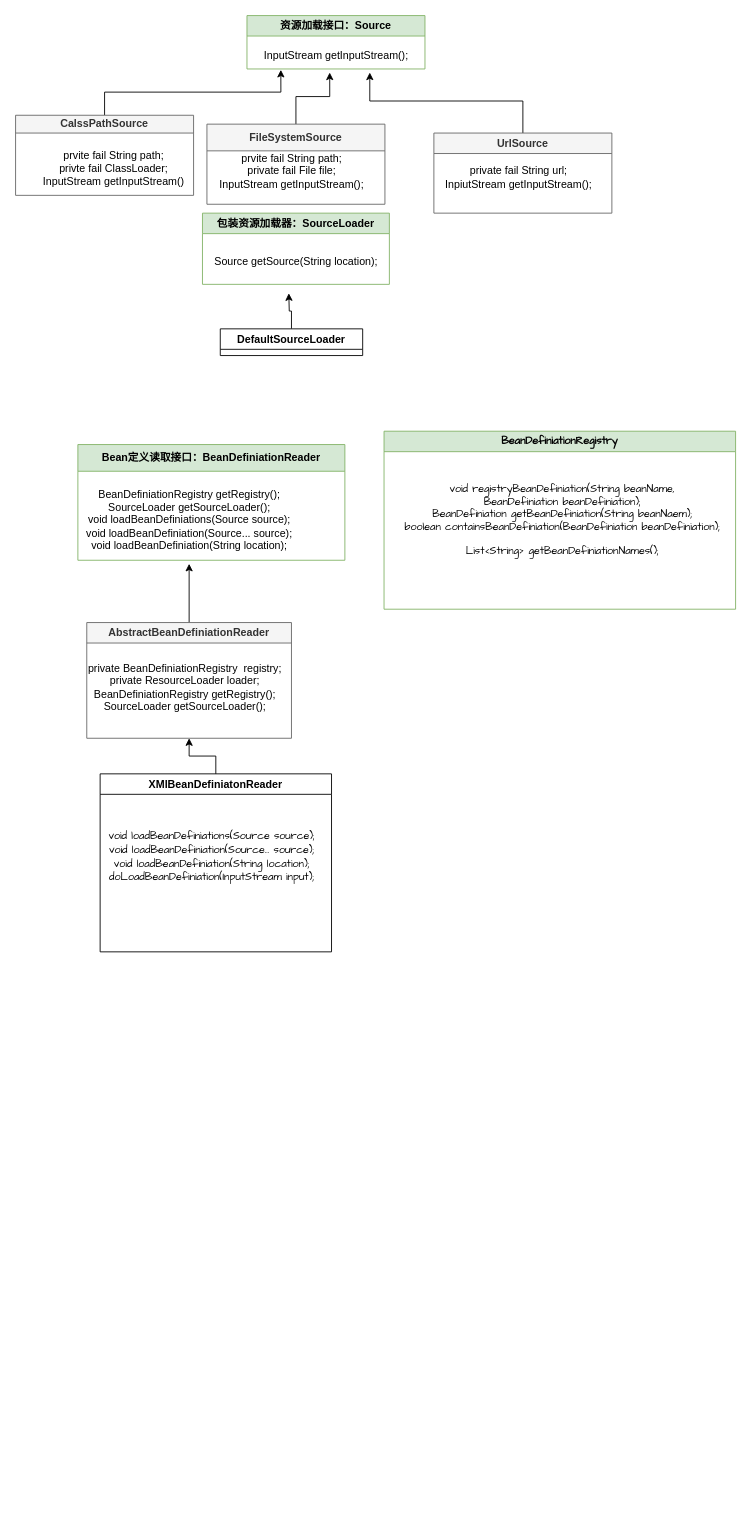
RemainderTime/spring-drawio keeps this draw.io diagram as 3-资源加载器解析文件对象.drawio. Above is the earlier version. Source tidied: cells renumbered, new cells numbered last; positions are measured from the earlier drawing's top-left corner, leaving out a move shared by most shapes. Both pictures are drawn from the tidied source at 89%, with x=0, y=0 at pixel (15, 15).
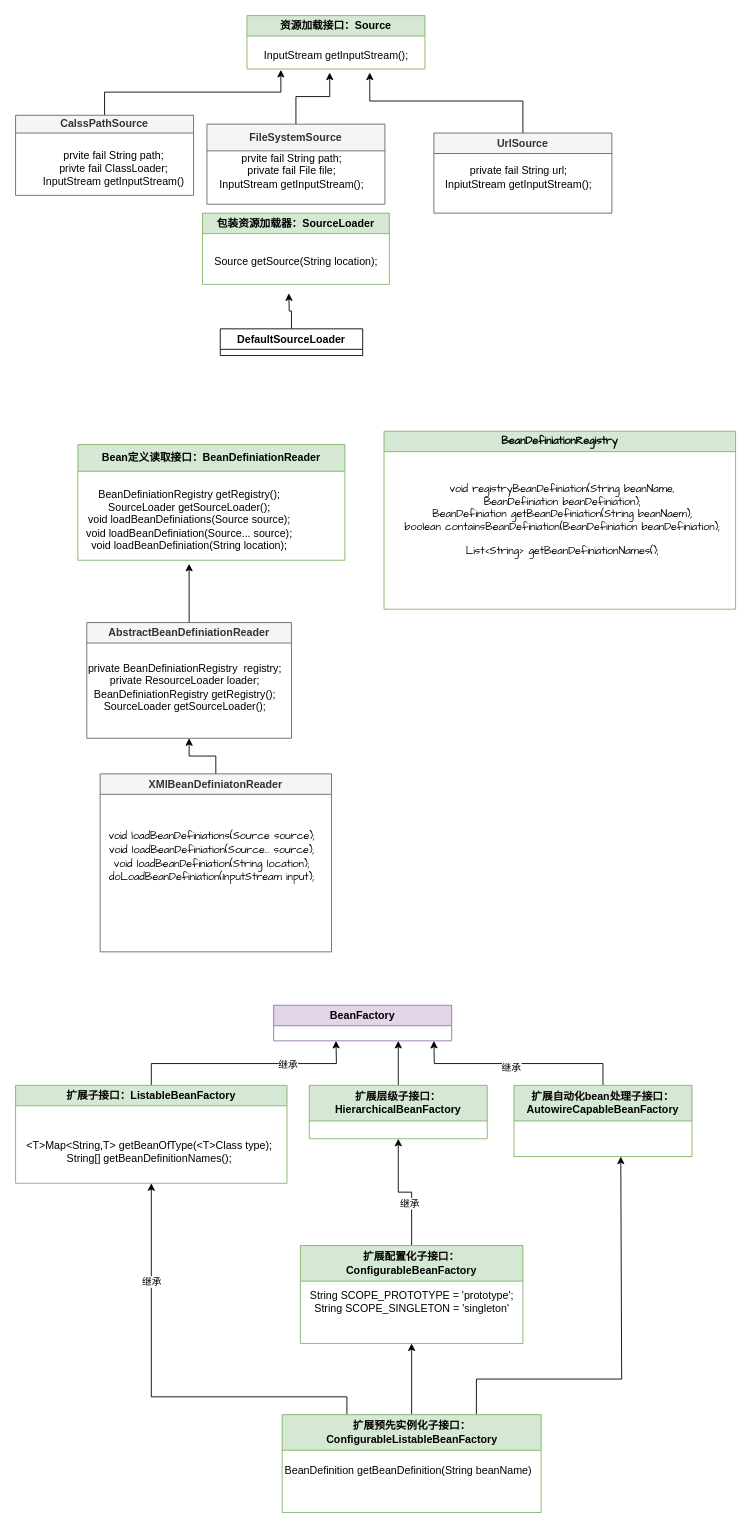
The same page after the edit.

Commit message:
3-资源加载器解析文件对象.drawio

What changed in the source:
```diff
@@
-    <mxCell id="25" value="XMlBeanDefiniatonReader" style="swimlane;whiteSpace=wrap;html=1;fontFamily=Helvetica;fontSize=12;fontColor=default;fillColor=none;gradientColor=none;" parent="1" vertex="1">
+    <mxCell id="25" value="XMlBeanDefiniatonReader" style="swimlane;whiteSpace=wrap;html=1;fontFamily=Helvetica;fontSize=12;fontColor=#333333;fillColor=#f5f5f5;strokeColor=#666666;" parent="1" vertex="1">
       <mxGeometry x="95" y="852" width="260" height="200" as="geometry" />
     </mxCell>
@@
+    <mxCell id="27" value="BeanFactory" style="swimlane;whiteSpace=wrap;html=1;fillColor=#e1d5e7;strokeColor=#9673a6;" parent="1" vertex="1">
+      <mxGeometry x="290" y="1112" width="200" height="40" as="geometry" />
+    </mxCell>
+    <mxCell id="28" style="edgeStyle=orthogonalEdgeStyle;rounded=0;jettySize=auto;html=1;exitX=0.5;exitY=0;exitDx=0;exitDy=0;" parent="1" edge="1" source="30">
+      <mxGeometry relative="1" as="geometry">
+        <mxPoint x="360" y="1152" as="targetPoint" />
+      </mxGeometry>
+    </mxCell>
+    <mxCell id="29" value="继承" style="edgeLabel;html=1;align=center;verticalAlign=middle;" parent="28" vertex="1">
+      <mxGeometry x="0.37" relative="1" as="geometry">
+        <mxPoint y="1" as="offset" />
+      </mxGeometry>
+    </mxCell>
+    <mxCell id="30" value="扩展子接口：ListableBeanFactory" style="swimlane;whiteSpace=wrap;html=1;fillColor=#d5e8d4;strokeColor=#82b366;" parent="1" vertex="1">
+      <mxGeometry y="1202" width="305" height="110" as="geometry" />
+    </mxCell>
+    <mxCell id="31" value="&amp;lt;T&amp;gt;Map&amp;lt;String,T&amp;gt; getBeanOfType(&amp;lt;T&amp;gt;Class type);&lt;br&gt;String[] getBeanDefinitionNames();" style="text;html=1;align=center;verticalAlign=middle;strokeColor=none;fillColor=none;" parent="30" vertex="1">
+      <mxGeometry y="55" width="300" height="40" as="geometry" />
+    </mxCell>
+    <mxCell id="32" style="edgeStyle=orthogonalEdgeStyle;rounded=0;jettySize=auto;html=1;exitX=0.5;exitY=0;exitDx=0;exitDy=0;" parent="1" edge="1" source="33">
+      <mxGeometry relative="1" as="geometry">
+        <mxPoint x="430" y="1152" as="targetPoint" />
+      </mxGeometry>
+    </mxCell>
+    <mxCell id="33" value="扩展层级子接口：HierarchicalBeanFactory" style="swimlane;whiteSpace=wrap;html=1;startSize=40;fillColor=#d5e8d4;strokeColor=#82b366;" parent="1" vertex="1">
+      <mxGeometry x="330" y="1202" width="200" height="60" as="geometry" />
+    </mxCell>
+    <mxCell id="34" style="edgeStyle=orthogonalEdgeStyle;rounded=0;jettySize=auto;html=1;exitX=0.5;exitY=0;exitDx=0;exitDy=0;" parent="1" edge="1" source="36">
+      <mxGeometry relative="1" as="geometry">
+        <mxPoint x="470" y="1152" as="targetPoint" />
+      </mxGeometry>
+    </mxCell>
+    <mxCell id="35" value="继承" style="edgeLabel;html=1;align=center;verticalAlign=middle;" parent="34" vertex="1">
+      <mxGeometry x="0.07" y="4" relative="1" as="geometry" />
+    </mxCell>
+    <mxCell id="36" value="扩展自动化bean处理子接口：&lt;br&gt;AutowireCapableBeanFactory" style="swimlane;whiteSpace=wrap;html=1;startSize=40;fillColor=#d5e8d4;strokeColor=#82b366;" parent="1" vertex="1">
+      <mxGeometry x="560" y="1202" width="200" height="80" as="geometry" />
+    </mxCell>
+    <mxCell id="37" style="edgeStyle=orthogonalEdgeStyle;rounded=0;jettySize=auto;html=1;exitX=0.5;exitY=0;exitDx=0;exitDy=0;entryX=0.5;entryY=1;entryDx=0;entryDy=0;" parent="1" edge="1" source="39" target="33">
+      <mxGeometry relative="1" as="geometry" />
+    </mxCell>
+    <mxCell id="38" value="继承" style="edgeLabel;html=1;align=center;verticalAlign=middle;" parent="37" vertex="1">
+      <mxGeometry x="-0.29" y="3" relative="1" as="geometry" />
+    </mxCell>
+    <mxCell id="39" value="扩展配置化子接口：&lt;br&gt;ConfigurableBeanFactory" style="swimlane;whiteSpace=wrap;html=1;fillColor=#d5e8d4;strokeColor=#82b366;startSize=40;" parent="1" vertex="1">
+      <mxGeometry x="320" y="1382" width="250" height="110" as="geometry" />
+    </mxCell>
+    <mxCell id="40" value="String SCOPE_PROTOTYPE = 'prototype';&lt;br&gt;String SCOPE_SINGLETON = 'singleton'" style="text;html=1;align=center;verticalAlign=middle;strokeColor=none;fillColor=none;" parent="39" vertex="1">
+      <mxGeometry y="43" width="250" height="40" as="geometry" />
+    </mxCell>
+    <mxCell id="41" style="edgeStyle=orthogonalEdgeStyle;rounded=0;jettySize=auto;html=1;exitX=0.25;exitY=0;exitDx=0;exitDy=0;entryX=0.5;entryY=1;entryDx=0;entryDy=0;" parent="1" edge="1" source="45" target="30">
+      <mxGeometry relative="1" as="geometry">
+        <Array as="points">
+          <mxPoint x="153" y="1552" />
+        </Array>
+      </mxGeometry>
+    </mxCell>
+    <mxCell id="42" value="继承" style="edgeLabel;html=1;align=center;verticalAlign=middle;" parent="41" vertex="1">
+      <mxGeometry x="0.54" y="1" relative="1" as="geometry">
+        <mxPoint x="1" as="offset" />
+      </mxGeometry>
+    </mxCell>
+    <mxCell id="43" style="edgeStyle=orthogonalEdgeStyle;rounded=0;jettySize=auto;html=1;exitX=0.5;exitY=0;exitDx=0;exitDy=0;entryX=0.5;entryY=1;entryDx=0;entryDy=0;" parent="1" edge="1" source="45" target="39">
+      <mxGeometry relative="1" as="geometry" />
+    </mxCell>
+    <mxCell id="44" style="edgeStyle=orthogonalEdgeStyle;rounded=0;jettySize=auto;html=1;exitX=0.75;exitY=0;exitDx=0;exitDy=0;" parent="1" edge="1" source="45">
+      <mxGeometry relative="1" as="geometry">
+        <mxPoint x="680" y="1282" as="targetPoint" />
+        <Array as="points">
+          <mxPoint x="518" y="1532" />
+          <mxPoint x="681" y="1532" />
+        </Array>
+      </mxGeometry>
+    </mxCell>
+    <mxCell id="45" value="扩展预先实例化子接口：&lt;br&gt;ConfigurableListableBeanFactory" style="swimlane;whiteSpace=wrap;html=1;startSize=40;fillColor=#d5e8d4;strokeColor=#82b366;" parent="1" vertex="1">
+      <mxGeometry x="299.5" y="1572" width="291" height="110" as="geometry" />
+    </mxCell>
+    <mxCell id="46" value="BeanDefinition getBeanDefinition(String beanName)" style="text;html=1;align=center;verticalAlign=middle;strokeColor=none;fillColor=none;" parent="45" vertex="1">
+      <mxGeometry x="-9" y="48" width="300" height="30" as="geometry" />
+    </mxCell>
```
